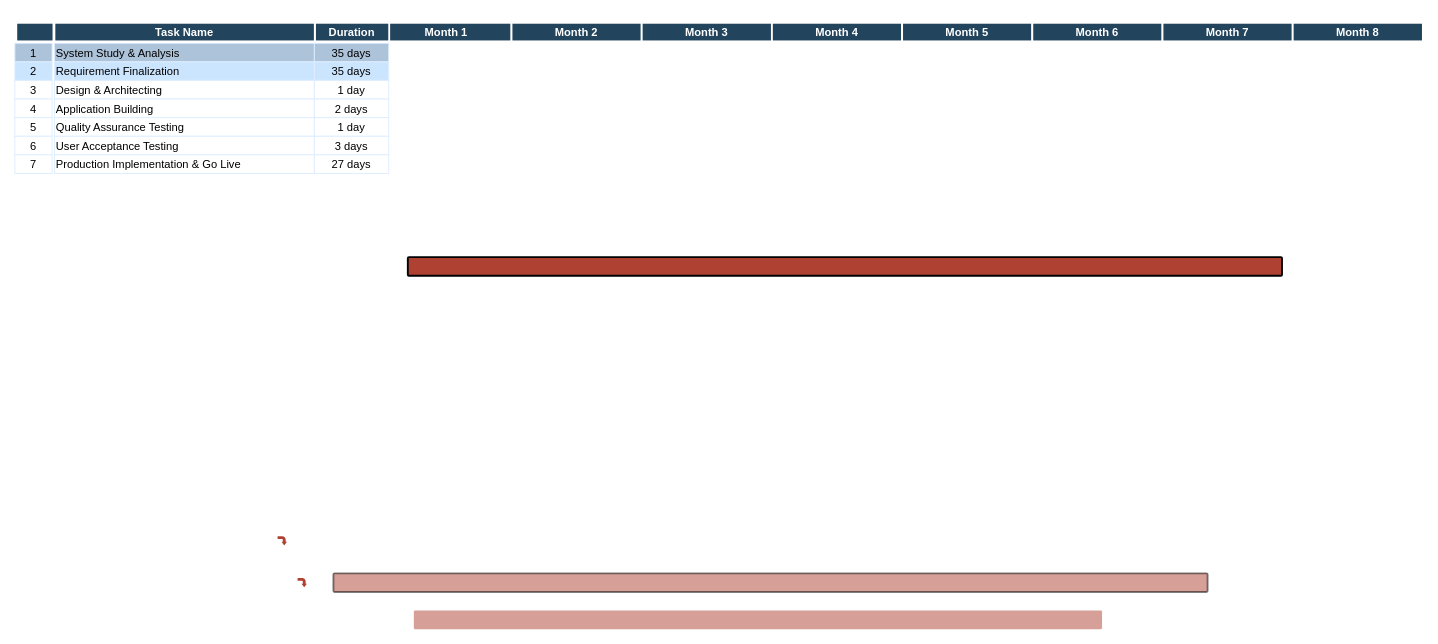
The draw.io diagram Untitled Diagram.drawio in sourav4371/sourav, before the edit. Source tidied: cells renumbered, new cells numbered last; positions are measured from the earlier drawing's top-left corner, leaving out a move shared by most shapes. Both pictures are drawn from the tidied source at 93%, with x=0, y=0 at pixel (14, 22).
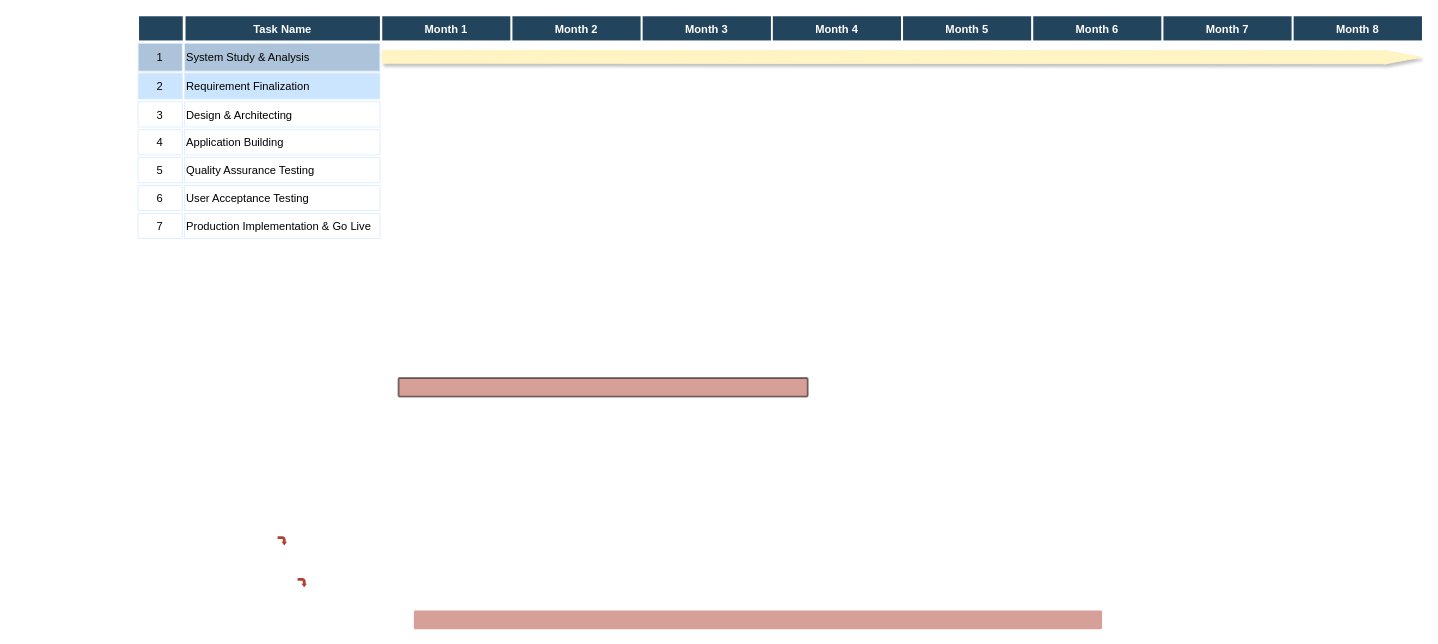
After the change.

Diff of the diagram source:
```diff
@@
     <mxCell id="2" value="1" style="strokeColor=#DEEDFF;fillColor=#ADC3D9;" parent="1" vertex="1">
-      <mxGeometry x="0.5" y="22" width="40" height="20" as="geometry" />
+      <mxGeometry x="133" y="22" width="47.5" height="30" as="geometry" />
     </mxCell>
     <mxCell id="3" value="System Study &amp; Analysis" style="align=left;strokeColor=#DEEDFF;fillColor=#ADC3D9;" parent="1" vertex="1">
-      <mxGeometry x="43" y="22" width="279.5" height="20" as="geometry" />
+      <mxGeometry x="183" y="22" width="210" height="30" as="geometry" />
     </mxCell>
-    <mxCell id="4" value="35 days" style="strokeColor=#DEEDFF;fillColor=#ADC3D9;" parent="1" vertex="1">
-      <mxGeometry x="322.5" y="22" width="80" height="20" as="geometry" />
-    </mxCell>
     <mxCell id="5" value="2" style="strokeColor=#DEEDFF;fillColor=#CCE5FF;" parent="1" vertex="1">
-      <mxGeometry x="0.5" y="42" width="40" height="20" as="geometry" />
+      <mxGeometry x="133" y="54" width="47.5" height="28" as="geometry" />
     </mxCell>
     <mxCell id="6" value="Requirement Finalization" style="align=left;strokeColor=#DEEDFF;fillColor=#CCE5FF;" parent="1" vertex="1">
-      <mxGeometry x="43" y="42" width="279.5" height="20" as="geometry" />
+      <mxGeometry x="183" y="54" width="210" height="28" as="geometry" />
     </mxCell>
-    <mxCell id="7" value="35 days" style="strokeColor=#DEEDFF;fillColor=#CCE5FF;" parent="1" vertex="1">
-      <mxGeometry x="322.5" y="42" width="80" height="20" as="geometry" />
-    </mxCell>
     <mxCell id="8" value="3" style="strokeColor=#DEEDFF;" parent="1" vertex="1">
-      <mxGeometry x="0.5" y="62" width="40" height="20" as="geometry" />
+      <mxGeometry x="133" y="85" width="47.5" height="27" as="geometry" />
     </mxCell>
     <mxCell id="9" value="Design &amp; Architecting" style="align=left;strokeColor=#DEEDFF;" parent="1" vertex="1">
-      <mxGeometry x="43" y="62" width="279.5" height="20" as="geometry" />
+      <mxGeometry x="183" y="85" width="210" height="27" as="geometry" />
     </mxCell>
-    <mxCell id="10" value="1 day" style="strokeColor=#DEEDFF;" parent="1" vertex="1">
-      <mxGeometry x="322.5" y="62" width="80" height="20" as="geometry" />
-    </mxCell>
     <mxCell id="11" value="4" style="strokeColor=#DEEDFF;" parent="1" vertex="1">
-      <mxGeometry x="0.5" y="82" width="40" height="20" as="geometry" />
+      <mxGeometry x="133" y="115" width="47.5" height="27" as="geometry" />
     </mxCell>
     <mxCell id="12" value="Application Building" style="align=left;strokeColor=#DEEDFF;" parent="1" vertex="1">
-      <mxGeometry x="43" y="82" width="279.5" height="20" as="geometry" />
+      <mxGeometry x="183" y="115" width="210" height="27" as="geometry" />
     </mxCell>
-    <mxCell id="13" value="2 days" style="strokeColor=#DEEDFF;" parent="1" vertex="1">
-      <mxGeometry x="322.5" y="82" width="80" height="20" as="geometry" />
-    </mxCell>
     <mxCell id="14" value="5" style="strokeColor=#DEEDFF;" parent="1" vertex="1">
-      <mxGeometry x="0.5" y="102" width="40" height="20" as="geometry" />
+      <mxGeometry x="133" y="145" width="47.5" height="27" as="geometry" />
     </mxCell>
     <mxCell id="15" value="Quality Assurance Testing " style="align=left;strokeColor=#DEEDFF;" parent="1" vertex="1">
-      <mxGeometry x="43" y="102" width="279.5" height="20" as="geometry" />
+      <mxGeometry x="183" y="145" width="210" height="27" as="geometry" />
     </mxCell>
-    <mxCell id="16" value="1 day" style="strokeColor=#DEEDFF;" parent="1" vertex="1">
-      <mxGeometry x="322.5" y="102" width="80" height="20" as="geometry" />
-    </mxCell>
     <mxCell id="17" value="6" style="strokeColor=#DEEDFF;" parent="1" vertex="1">
-      <mxGeometry x="0.5" y="122" width="40" height="20" as="geometry" />
+      <mxGeometry x="133" y="175" width="47.5" height="27" as="geometry" />
     </mxCell>
     <mxCell id="18" value="User Acceptance Testing" style="align=left;strokeColor=#DEEDFF;" parent="1" vertex="1">
-      <mxGeometry x="43" y="122" width="279.5" height="20" as="geometry" />
+      <mxGeometry x="183" y="175" width="210" height="27" as="geometry" />
     </mxCell>
-    <mxCell id="19" value="3 days" style="strokeColor=#DEEDFF;" parent="1" vertex="1">
-      <mxGeometry x="322.5" y="122" width="80" height="20" as="geometry" />
-    </mxCell>
     <mxCell id="20" value="7" style="strokeColor=#DEEDFF;" parent="1" vertex="1">
-      <mxGeometry x="0.5" y="142" width="40" height="20" as="geometry" />
+      <mxGeometry x="133" y="205" width="47.5" height="27" as="geometry" />
     </mxCell>
     <mxCell id="21" value="Production Implementation &amp; Go Live" style="align=left;strokeColor=#DEEDFF;" parent="1" vertex="1">
-      <mxGeometry x="43" y="142" width="279.5" height="20" as="geometry" />
+      <mxGeometry x="183" y="205" width="210" height="27" as="geometry" />
     </mxCell>
-    <mxCell id="22" value="27 days" style="strokeColor=#DEEDFF;" parent="1" vertex="1">
-      <mxGeometry x="322.5" y="142" width="80" height="20" as="geometry" />
-    </mxCell>
     <mxCell id="23" value="Month 1" style="fillColor=#23445D;strokeColor=#FFFFFF;strokeWidth=2;fontColor=#FFFFFF;fontStyle=1;" parent="1" vertex="1">
-      <mxGeometry x="394.5" width="140" height="20" as="geometry" />
+      <mxGeometry x="394.5" y="-8" width="140" height="28" as="geometry" />
     </mxCell>
     <mxCell id="24" value="Month 2" style="fillColor=#23445D;strokeColor=#FFFFFF;strokeWidth=2;fontColor=#FFFFFF;fontStyle=1;" parent="1" vertex="1">
-      <mxGeometry x="534.5" width="140" height="20" as="geometry" />
+      <mxGeometry x="534.5" y="-8" width="140" height="28" as="geometry" />
     </mxCell>
     <mxCell id="25" value="Month 3" style="fillColor=#23445D;strokeColor=#FFFFFF;strokeWidth=2;fontColor=#FFFFFF;fontStyle=1;" parent="1" vertex="1">
-      <mxGeometry x="674.5" width="140" height="20" as="geometry" />
+      <mxGeometry x="674.5" y="-8" width="140" height="28" as="geometry" />
     </mxCell>
     <mxCell id="26" value="Month 4" style="fillColor=#23445D;strokeColor=#FFFFFF;strokeWidth=2;fontColor=#FFFFFF;fontStyle=1;" parent="1" vertex="1">
-      <mxGeometry x="814.5" width="140" height="20" as="geometry" />
+      <mxGeometry x="814.5" y="-8" width="140" height="28" as="geometry" />
     </mxCell>
     <mxCell id="27" value="Month 5" style="fillColor=#23445D;strokeColor=#FFFFFF;strokeWidth=2;fontColor=#FFFFFF;fontStyle=1;" parent="1" vertex="1">
-      <mxGeometry x="954.5" width="140" height="20" as="geometry" />
+      <mxGeometry x="954.5" y="-8" width="140" height="28" as="geometry" />
     </mxCell>
     <mxCell id="28" value="Month 6" style="fillColor=#23445D;strokeColor=#FFFFFF;strokeWidth=2;fontColor=#FFFFFF;fontStyle=1;" parent="1" vertex="1">
-      <mxGeometry x="1094.5" width="140" height="20" as="geometry" />
+      <mxGeometry x="1094.5" y="-8" width="140" height="28" as="geometry" />
     </mxCell>
     <mxCell id="29" value="Month 7" style="fillColor=#23445D;strokeColor=#FFFFFF;strokeWidth=2;fontColor=#FFFFFF;fontStyle=1;" parent="1" vertex="1">
-      <mxGeometry x="1234.5" width="140" height="20" as="geometry" />
+      <mxGeometry x="1234.5" y="-8" width="140" height="28" as="geometry" />
     </mxCell>
     <mxCell id="30" style="shape=mxgraph.flowchart.process;fillColor=#AE4132;strokeColor=#000000;strokeWidth=2;opacity=50;" parent="1" vertex="1">
-      <mxGeometry x="343" y="592" width="940" height="20" as="geometry" />
+      <mxGeometry x="413" y="382" width="440" height="20" as="geometry" />
     </mxCell>
@@
-    <mxCell id="34" style="shape=mxgraph.flowchart.process;fillColor=#AE4132;strokeColor=#000000;strokeWidth=2;opacity=100;" parent="1" vertex="1">
-      <mxGeometry x="423" y="252" width="940" height="20" as="geometry" />
-    </mxCell>
     <mxCell id="35" value="Month 8" style="fillColor=#23445D;strokeColor=#FFFFFF;strokeWidth=2;fontColor=#FFFFFF;fontStyle=1;" parent="1" vertex="1">
-      <mxGeometry x="1374.5" width="140" height="20" as="geometry" />
+      <mxGeometry x="1374.5" y="-8" width="140" height="28" as="geometry" />
     </mxCell>
-    <mxCell id="36" value="Duration" style="fillColor=#23445D;strokeColor=#FFFFFF;strokeWidth=2;fontColor=#FFFFFF;fontStyle=1;" parent="1" vertex="1">
-      <mxGeometry x="323" width="80" height="20" as="geometry" />
-    </mxCell>
     <mxCell id="37" value="Task Name" style="fillColor=#23445D;strokeColor=#FFFFFF;strokeWidth=2;fontColor=#FFFFFF;fontStyle=1;" parent="1" vertex="1">
-      <mxGeometry x="43" width="280" height="20" as="geometry" />
+      <mxGeometry x="183" y="-8" width="211" height="28" as="geometry" />
     </mxCell>
     <mxCell id="38" style="fillColor=#23445D;strokeColor=#FFFFFF;strokeWidth=2;fontColor=#FFFFFF;fontStyle=1;" parent="1" vertex="1">
-      <mxGeometry x="2" width="40" height="20" as="geometry" />
+      <mxGeometry x="133" y="-8" width="49" height="28" as="geometry" />
     </mxCell>
+    <mxCell id="39" style="shape=flexArrow;endArrow=classic;html=1;endWidth=0;endSize=13;width=14;strokeColor=#FFF4C3;fillColor=#FFF4C3;shadow=1;" parent="1" edge="1">
+      <mxGeometry relative="1" as="geometry">
+        <mxPoint x="395" y="36.5" as="sourcePoint" />
+        <mxPoint x="1513" y="37" as="targetPoint" />
+      </mxGeometry>
+    </mxCell>
```
